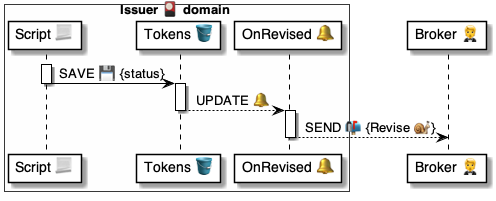
pollyweb-org/pollyweb-docs keeps this PlantUML diagram as 4 ⚙️ Solution/41 🎭 Domain Roles/Issuers 🎴/🎴🪣 Issuer tables/Tokens 🎫 table/🪣🔔 Revised event/🎴 OnTokenRevised ⚙️ uml.png. Above is the earlier version. Its source is kept beside it as 4 ⚙️ Solution/41 🎭 Domain Roles/Issuers 🎴/🎴🪣 Issuer tables/Tokens 🎫 table/🪣🔔 Revised event/🎴 OnTokenRevised ⚙️ uml.puml. Its diagram source:
```plantuml
@startuml OnTokenRevised

box Issuer 🎴 domain #FFFFFA
    participant "Script 📃" as script
    participant "Tokens 🪣" as tokens
    participant "OnRevised 🔔" as handler
end box

participant "Broker 🤵" as broker


activate script
    script -> tokens: SAVE 💾 {status}
deactivate script

activate tokens
    tokens --> handler: UPDATE 🔔
deactivate tokens

activate handler
    handler --> broker: SEND 📬 {Revise 🐌}
deactivate handler

@enduml
```
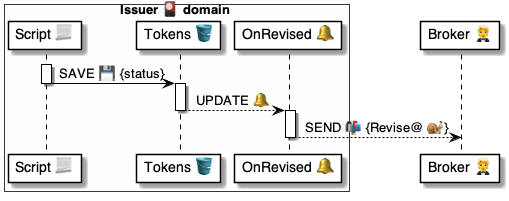
The same file after the commit.

What changed in the source:
```diff
@@ -18,7 +18,7 @@
 deactivate tokens
 
 activate handler
-    handler --> broker: SEND 📬 {Revise 🐌}
+    handler --> broker: SEND 📬 {Revise@ 🐌}
 deactivate handler
 
 @enduml
```
